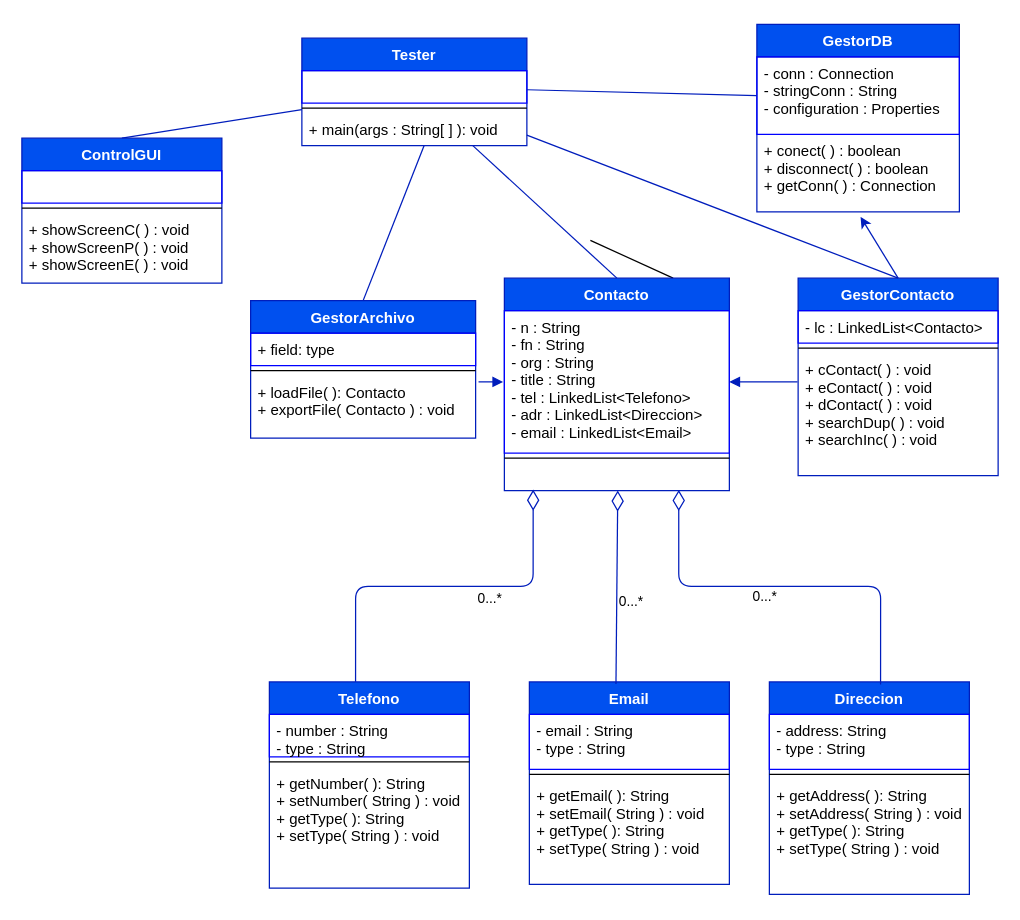
This is diagramas/DiagramaDeClases.drawio from JuanCarlosGarciaZepeda/SmartScheduler, a draw.io file, before an edit. Source tidied: cells renumbered, new cells numbered last; positions are measured from the earlier drawing's top-left corner, leaving out a move shared by most shapes. Both pictures are drawn from the tidied source at 125%, with x=0, y=0 at pixel (21, 24).
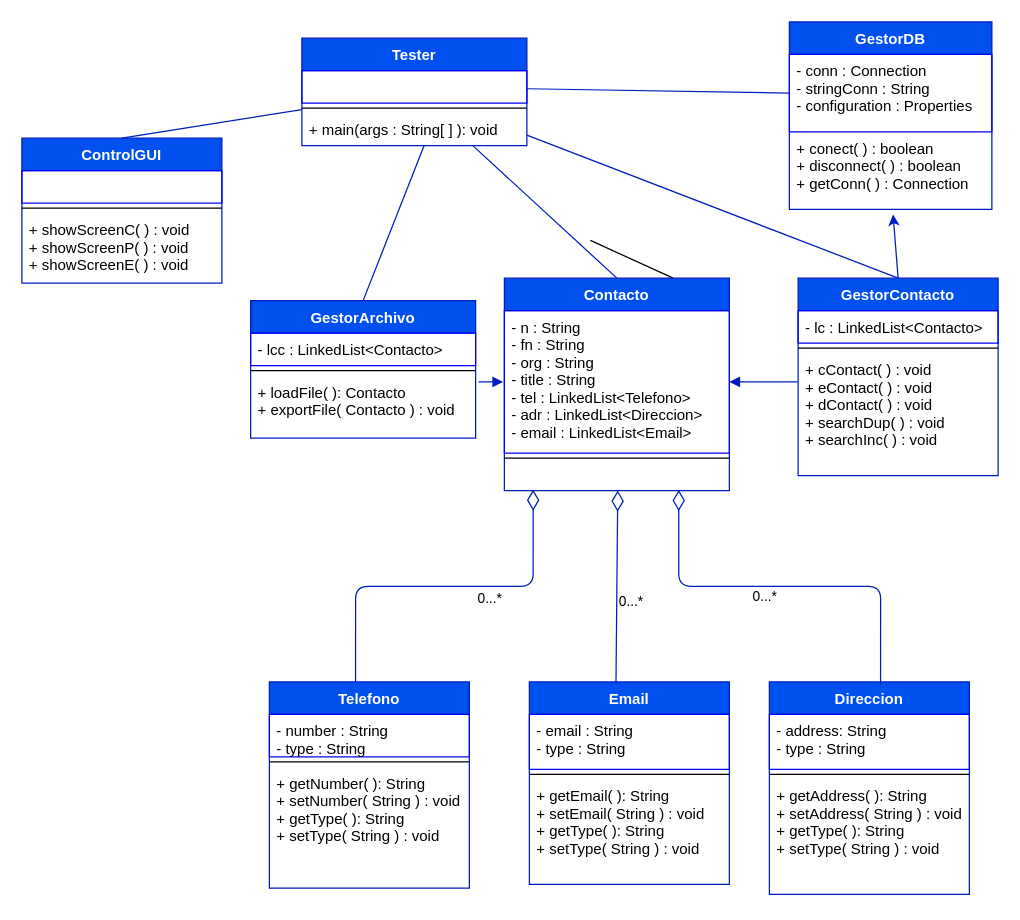
Above is the later version.

The change refers to these unchanged cells:
```xml
<mxCell id="19" value="GestorArchivo" style="swimlane;fontStyle=1;align=center;verticalAlign=top;horizontal=1;startSize=26;fontColor=#ffffff;fillColor=#0050ef;strokeColor=#001DBC;" parent="1" vertex="1">
  <mxGeometry x="183" y="221" width="180" height="110" as="geometry" />
</mxCell>
```

What changed in the source:
```diff
@@
-    <mxCell id="20" value="+ field: type" style="text;fillColor=none;align=left;verticalAlign=top;spacingLeft=4;spacingRight=4;overflow=hidden;fontColor=#000000;strokeColor=#0000FF;" parent="19" vertex="1">
+    <mxCell id="20" value="- lcc : LinkedList&lt;Contacto&gt;" style="text;fillColor=none;align=left;verticalAlign=top;spacingLeft=4;spacingRight=4;overflow=hidden;fontColor=#000000;strokeColor=#0000FF;" parent="19" vertex="1">
       <mxGeometry y="26" width="180" height="26" as="geometry" />
     </mxCell>
@@
     <mxCell id="45" value="GestorDB" style="swimlane;fontStyle=1;align=center;verticalAlign=top;horizontal=1;startSize=26;fillColor=#0050ef;strokeColor=#001DBC;fontColor=#ffffff;" parent="1" vertex="1">
-      <mxGeometry x="588" width="162" height="150" as="geometry" />
+      <mxGeometry x="614" y="-2" width="162" height="150" as="geometry" />
     </mxCell>
```
